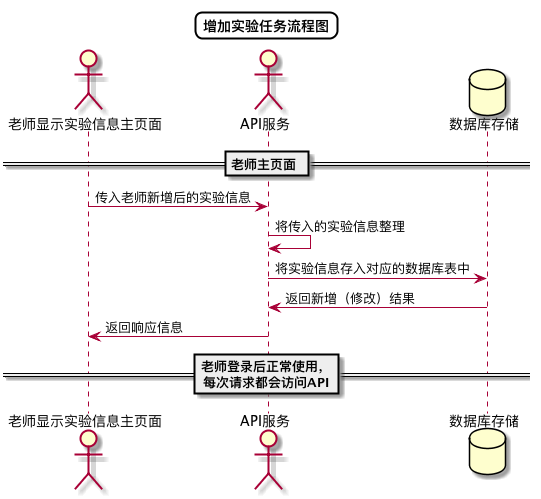
Before: out/test6/sequence/增加实验任务1/增加实验任务1.png, a diagram exported from PlantUML (Landy7/is_analysis).
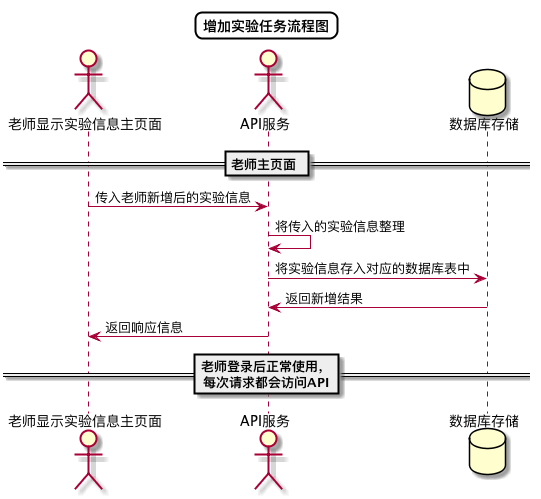
After the commit.

What changed in the source:
```diff
@@ -14,7 +14,7 @@
 老师显示实验信息主页面->API服务:传入老师新增后的实验信息
 API服务->API服务:将传入的实验信息整理
 API服务->数据库存储:将实验信息存入对应的数据库表中
-数据库存储->API服务:返回新增（修改）结果
+数据库存储->API服务:返回新增结果
 API服务->老师显示实验信息主页面:返回响应信息
 == 老师登录后正常使用，\n每次请求都会访问API==
 
```
